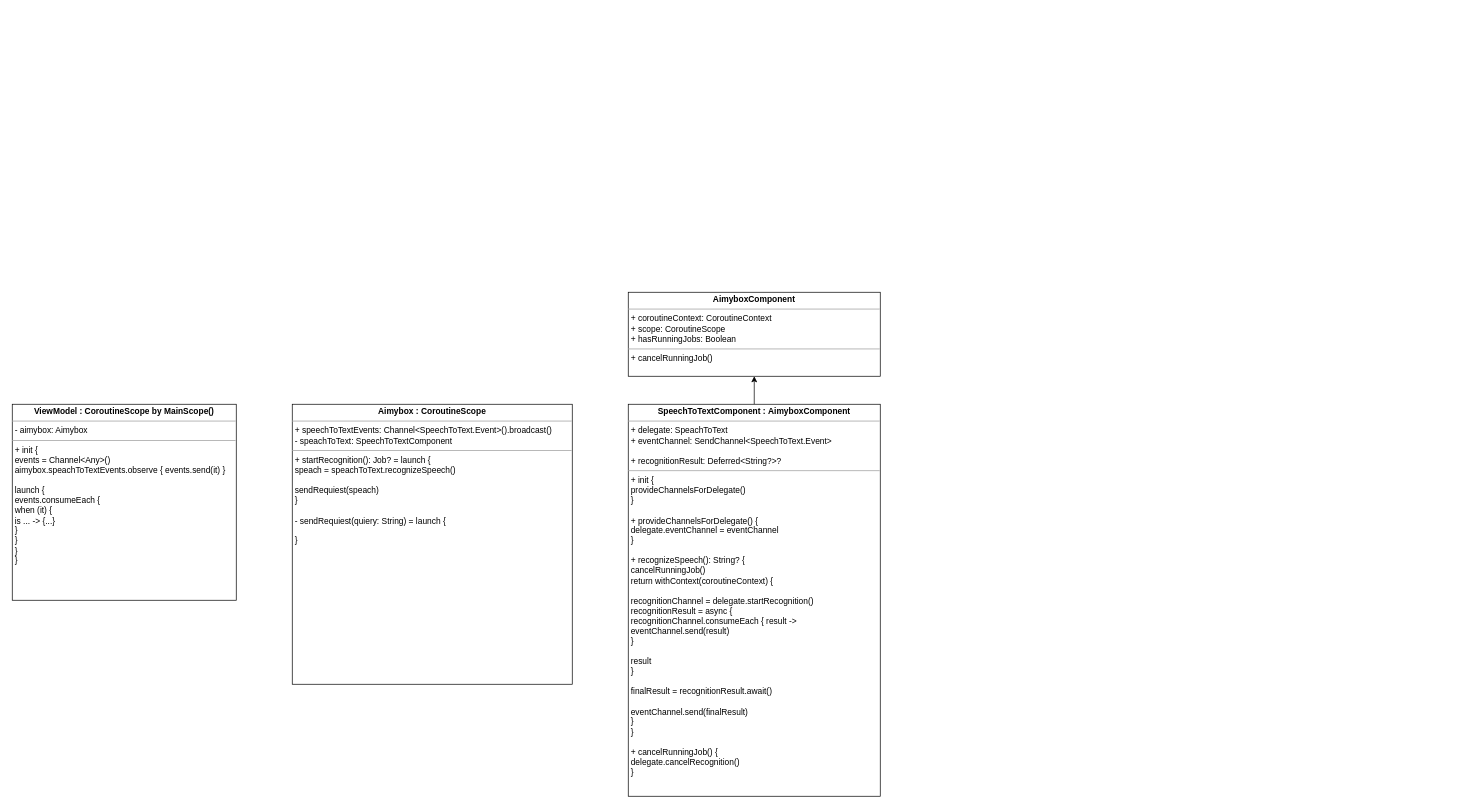
ShiryaevNikolay/diagrams keeps this draw.io diagram as AudioRecord.drawio. Above is the earlier version. Source tidied: cells renumbered, new cells numbered last; positions are measured from the earlier drawing's top-left corner, leaving out a move shared by most shapes. Both pictures are drawn from the tidied source at 70%, with x=0, y=0 at pixel (12, 292).
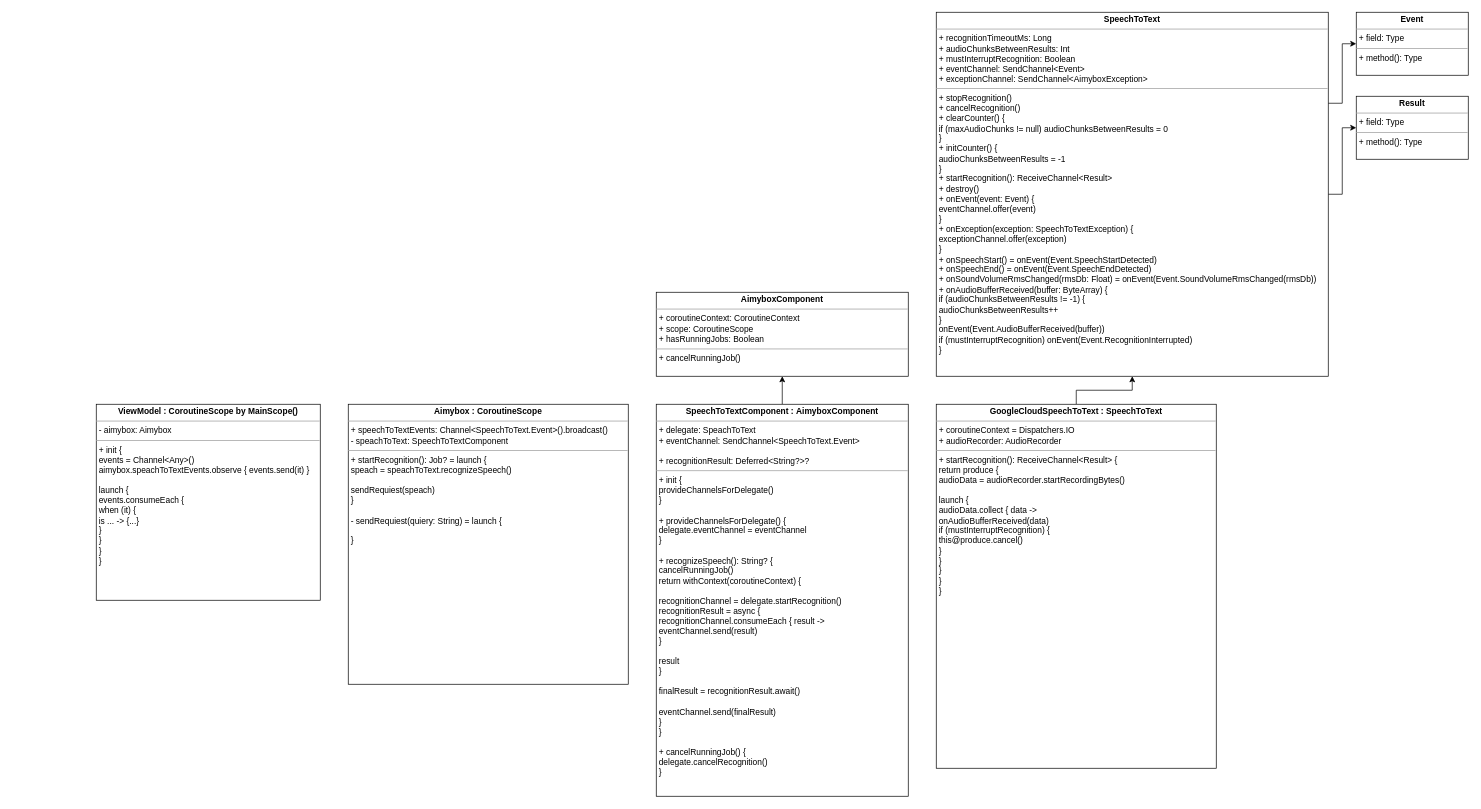
Above is the later version.

What changed in the source:
```diff
@@
 <mxGraphModel>
   <root>
     <mxCell id="0" />
     <mxCell id="1" parent="0" />
     <mxCell id="2" value="&lt;p style=&quot;margin:0px;margin-top:4px;text-align:center;&quot;&gt;&lt;b&gt;ViewModel :&amp;nbsp;&lt;/b&gt;&lt;b style=&quot;background-color: initial;&quot;&gt;CoroutineScope by MainScope()&lt;/b&gt;&lt;/p&gt;&lt;hr size=&quot;1&quot;&gt;&lt;p style=&quot;margin:0px;margin-left:4px;&quot;&gt;-&amp;nbsp;aimybox: Aimybox&lt;/p&gt;&lt;hr size=&quot;1&quot;&gt;&lt;p style=&quot;margin:0px;margin-left:4px;&quot;&gt;+ init {&lt;/p&gt;&lt;p style=&quot;margin:0px;margin-left:4px;&quot;&gt;events = Channel&amp;lt;Any&amp;gt;()&lt;/p&gt;&lt;p style=&quot;margin:0px;margin-left:4px;&quot;&gt;aimybox.speachToTextEvents.observe { events.send(it) }&lt;br&gt;&lt;/p&gt;&lt;p style=&quot;margin:0px;margin-left:4px;&quot;&gt;&lt;br&gt;&lt;/p&gt;&lt;p style=&quot;margin:0px;margin-left:4px;&quot;&gt;launch {&lt;/p&gt;&lt;p style=&quot;margin:0px;margin-left:4px;&quot;&gt;events.consumeEach {&lt;/p&gt;&lt;p style=&quot;margin:0px;margin-left:4px;&quot;&gt;when (it) {&lt;/p&gt;&lt;p style=&quot;margin:0px;margin-left:4px;&quot;&gt;is ... -&amp;gt; {...}&lt;/p&gt;&lt;p style=&quot;margin:0px;margin-left:4px;&quot;&gt;}&lt;/p&gt;&lt;p style=&quot;margin:0px;margin-left:4px;&quot;&gt;}&lt;/p&gt;&lt;p style=&quot;margin:0px;margin-left:4px;&quot;&gt;}&lt;/p&gt;&lt;p style=&quot;margin:0px;margin-left:4px;&quot;&gt;}&lt;/p&gt;" style="verticalAlign=top;align=left;overflow=fill;fontSize=12;fontFamily=Helvetica;html=1;" parent="1" vertex="1">
-      <mxGeometry y="160" width="320" height="280" as="geometry" />
+      <mxGeometry x="120" y="160" width="320" height="280" as="geometry" />
     </mxCell>
     <mxCell id="3" value="&lt;p style=&quot;margin:0px;margin-top:4px;text-align:center;&quot;&gt;&lt;b&gt;Aimybox&amp;nbsp;&lt;/b&gt;&lt;b style=&quot;background-color: initial;&quot;&gt;: CoroutineScope&lt;/b&gt;&lt;/p&gt;&lt;hr size=&quot;1&quot;&gt;&lt;p style=&quot;margin:0px;margin-left:4px;&quot;&gt;+&amp;nbsp;speechToTextEvents: Channel&amp;lt;SpeechToText.Event&amp;gt;().broadcast()&lt;/p&gt;&lt;p style=&quot;margin:0px;margin-left:4px;&quot;&gt;- speachToText: SpeechToTextComponent&lt;/p&gt;&lt;hr size=&quot;1&quot;&gt;&lt;p style=&quot;margin:0px;margin-left:4px;&quot;&gt;+ startRecognition(): Job? =&amp;nbsp;&lt;span style=&quot;background-color: initial;&quot;&gt;launch {&lt;/span&gt;&lt;/p&gt;&lt;p style=&quot;margin:0px;margin-left:4px;&quot;&gt;speach =&amp;nbsp;speachToText.recognizeSpeech()&lt;/p&gt;&lt;p style=&quot;margin:0px;margin-left:4px;&quot;&gt;&lt;br&gt;&lt;/p&gt;&lt;p style=&quot;margin:0px;margin-left:4px;&quot;&gt;sendRequiest(speach)&lt;/p&gt;&lt;p style=&quot;margin:0px;margin-left:4px;&quot;&gt;}&lt;/p&gt;&lt;p style=&quot;margin:0px;margin-left:4px;&quot;&gt;&lt;br&gt;&lt;/p&gt;&lt;p style=&quot;margin:0px;margin-left:4px;&quot;&gt;- sendRequiest(quiery: String) = launch {&lt;/p&gt;&lt;p style=&quot;margin:0px;margin-left:4px;&quot;&gt;&lt;br&gt;&lt;/p&gt;&lt;p style=&quot;margin:0px;margin-left:4px;&quot;&gt;}&lt;/p&gt;" style="verticalAlign=top;align=left;overflow=fill;fontSize=12;fontFamily=Helvetica;html=1;" parent="1" vertex="1">
-      <mxGeometry x="400" y="160" width="400" height="400" as="geometry" />
+      <mxGeometry x="480" y="160" width="400" height="400" as="geometry" />
     </mxCell>
     <mxCell id="4" style="edgeStyle=orthogonalEdgeStyle;rounded=0;jettySize=auto;html=1;" parent="1" edge="1" source="5" target="6">
       <mxGeometry relative="1" as="geometry" />
     </mxCell>
     <mxCell id="5" value="&lt;p style=&quot;margin:0px;margin-top:4px;text-align:center;&quot;&gt;&lt;b&gt;SpeechToTextComponent :&amp;nbsp;&lt;/b&gt;&lt;b style=&quot;background-color: initial;&quot;&gt;AimyboxComponent&lt;/b&gt;&lt;/p&gt;&lt;hr size=&quot;1&quot;&gt;&lt;p style=&quot;margin:0px;margin-left:4px;&quot;&gt;+ delegate: SpeachToText&lt;/p&gt;&lt;p style=&quot;margin:0px;margin-left:4px;&quot;&gt;+&amp;nbsp;eventChannel: SendChannel&amp;lt;SpeechToText.Event&amp;gt;&lt;/p&gt;&lt;p style=&quot;margin:0px;margin-left:4px;&quot;&gt;&lt;br&gt;&lt;/p&gt;&lt;p style=&quot;margin:0px;margin-left:4px;&quot;&gt;+&amp;nbsp;recognitionResult:&amp;nbsp;Deferred&amp;lt;String?&amp;gt;?&lt;/p&gt;&lt;hr size=&quot;1&quot;&gt;&lt;p style=&quot;margin:0px;margin-left:4px;&quot;&gt;+ init {&lt;/p&gt;&lt;p style=&quot;margin:0px;margin-left:4px;&quot;&gt;provideChannelsForDelegate()&lt;br&gt;&lt;/p&gt;&lt;p style=&quot;margin:0px;margin-left:4px;&quot;&gt;}&lt;/p&gt;&lt;p style=&quot;margin:0px;margin-left:4px;&quot;&gt;&lt;br&gt;&lt;/p&gt;&lt;p style=&quot;margin:0px;margin-left:4px;&quot;&gt;+&amp;nbsp;provideChannelsForDelegate() {&lt;/p&gt;&lt;p style=&quot;margin:0px;margin-left:4px;&quot;&gt;delegate.eventChannel = eventChannel&lt;br&gt;&lt;/p&gt;&lt;p style=&quot;margin:0px;margin-left:4px;&quot;&gt;}&lt;/p&gt;&lt;p style=&quot;margin:0px;margin-left:4px;&quot;&gt;&lt;br&gt;&lt;/p&gt;&lt;p style=&quot;margin:0px;margin-left:4px;&quot;&gt;+&amp;nbsp;recognizeSpeech(): String? {&lt;/p&gt;&lt;p style=&quot;margin:0px;margin-left:4px;&quot;&gt;cancelRunningJob()&lt;br&gt;&lt;/p&gt;&lt;p style=&quot;margin:0px;margin-left:4px;&quot;&gt;return withContext(coroutineContext) {&lt;br&gt;&lt;/p&gt;&lt;p style=&quot;margin:0px;margin-left:4px;&quot;&gt;&lt;br&gt;&lt;/p&gt;&lt;p style=&quot;margin:0px;margin-left:4px;&quot;&gt;recognitionChannel = delegate.startRecognition()&lt;br&gt;&lt;/p&gt;&lt;p style=&quot;margin:0px;margin-left:4px;&quot;&gt;recognitionResult = async {&lt;/p&gt;&lt;p style=&quot;margin:0px;margin-left:4px;&quot;&gt;recognitionChannel.consumeEach { result -&amp;gt;&lt;br&gt;&lt;/p&gt;&lt;p style=&quot;margin:0px;margin-left:4px;&quot;&gt;eventChannel.send(result)&lt;/p&gt;&lt;p style=&quot;margin:0px;margin-left:4px;&quot;&gt;}&lt;/p&gt;&lt;p style=&quot;margin:0px;margin-left:4px;&quot;&gt;&lt;br&gt;&lt;/p&gt;&lt;p style=&quot;margin:0px;margin-left:4px;&quot;&gt;result&lt;/p&gt;&lt;p style=&quot;margin:0px;margin-left:4px;&quot;&gt;}&lt;/p&gt;&lt;p style=&quot;margin:0px;margin-left:4px;&quot;&gt;&lt;br&gt;&lt;/p&gt;&lt;p style=&quot;margin:0px;margin-left:4px;&quot;&gt;finalResult =&amp;nbsp;recognitionResult.await()&lt;/p&gt;&lt;p style=&quot;margin:0px;margin-left:4px;&quot;&gt;&lt;br&gt;&lt;/p&gt;&lt;p style=&quot;margin:0px;margin-left:4px;&quot;&gt;eventChannel.send(finalResult)&lt;/p&gt;&lt;p style=&quot;margin:0px;margin-left:4px;&quot;&gt;}&lt;/p&gt;&lt;p style=&quot;margin:0px;margin-left:4px;&quot;&gt;}&lt;/p&gt;&lt;p style=&quot;margin:0px;margin-left:4px;&quot;&gt;&lt;br&gt;&lt;/p&gt;&lt;p style=&quot;margin:0px;margin-left:4px;&quot;&gt;+&amp;nbsp;cancelRunningJob() {&lt;/p&gt;&lt;p style=&quot;margin:0px;margin-left:4px;&quot;&gt;delegate.cancelRecognition()&lt;/p&gt;&lt;p style=&quot;margin:0px;margin-left:4px;&quot;&gt;}&lt;/p&gt;" style="verticalAlign=top;align=left;overflow=fill;fontSize=12;fontFamily=Helvetica;html=1;" parent="1" vertex="1">
-      <mxGeometry x="880" y="160" width="360" height="560" as="geometry" />
+      <mxGeometry x="920" y="160" width="360" height="560" as="geometry" />
     </mxCell>
     <mxCell id="6" value="&lt;p style=&quot;margin:0px;margin-top:4px;text-align:center;&quot;&gt;&lt;b&gt;AimyboxComponent&lt;/b&gt;&lt;br&gt;&lt;/p&gt;&lt;hr size=&quot;1&quot;&gt;&lt;p style=&quot;margin:0px;margin-left:4px;&quot;&gt;+ coroutineContext:&amp;nbsp;CoroutineContext&lt;/p&gt;&lt;p style=&quot;margin:0px;margin-left:4px;&quot;&gt;+&amp;nbsp;scope: CoroutineScope&lt;/p&gt;&lt;p style=&quot;margin:0px;margin-left:4px;&quot;&gt;+&amp;nbsp;hasRunningJobs: Boolean&lt;/p&gt;&lt;hr size=&quot;1&quot;&gt;&lt;p style=&quot;margin:0px;margin-left:4px;&quot;&gt;+ cancelRunningJob()&lt;/p&gt;" style="verticalAlign=top;align=left;overflow=fill;fontSize=12;fontFamily=Helvetica;html=1;" parent="1" vertex="1">
-      <mxGeometry x="880" width="360" height="120" as="geometry" />
+      <mxGeometry x="920" width="360" height="120" as="geometry" />
     </mxCell>
+    <mxCell id="7" style="edgeStyle=orthogonalEdgeStyle;rounded=0;jettySize=auto;html=1;" parent="1" edge="1" source="8" target="11">
+      <mxGeometry relative="1" as="geometry" />
+    </mxCell>
+    <mxCell id="8" value="&lt;p style=&quot;margin:0px;margin-top:4px;text-align:center;&quot;&gt;&lt;b&gt;GoogleCloudSpeechToText :&amp;nbsp;&lt;/b&gt;&lt;b style=&quot;background-color: initial;&quot;&gt;SpeechToText&lt;/b&gt;&lt;/p&gt;&lt;hr size=&quot;1&quot;&gt;&lt;p style=&quot;margin:0px;margin-left:4px;&quot;&gt;+ coroutineContext = Dispatchers.IO&lt;/p&gt;&lt;p style=&quot;margin:0px;margin-left:4px;&quot;&gt;+&amp;nbsp;audioRecorder: AudioRecorder&lt;/p&gt;&lt;hr size=&quot;1&quot;&gt;&lt;p style=&quot;margin:0px;margin-left:4px;&quot;&gt;+ startRecognition(): ReceiveChannel&amp;lt;Result&amp;gt; {&lt;/p&gt;&lt;p style=&quot;margin:0px;margin-left:4px;&quot;&gt;return&amp;nbsp;produce {&lt;/p&gt;&lt;p style=&quot;margin:0px;margin-left:4px;&quot;&gt;audioData = audioRecorder.startRecordingBytes()&lt;br&gt;&lt;/p&gt;&lt;p style=&quot;margin:0px;margin-left:4px;&quot;&gt;&lt;br&gt;&lt;/p&gt;&lt;p style=&quot;margin:0px;margin-left:4px;&quot;&gt;launch {&lt;/p&gt;&lt;p style=&quot;margin:0px;margin-left:4px;&quot;&gt;audioData.collect { data -&amp;gt;&lt;br&gt;&lt;/p&gt;&lt;p style=&quot;margin:0px;margin-left:4px;&quot;&gt;onAudioBufferReceived(data)&lt;br&gt;&lt;/p&gt;&lt;p style=&quot;margin:0px;margin-left:4px;&quot;&gt;if (mustInterruptRecognition) {&lt;br&gt;&lt;/p&gt;&lt;p style=&quot;margin:0px;margin-left:4px;&quot;&gt;this@produce.cancel()&lt;br&gt;&lt;/p&gt;&lt;p style=&quot;margin:0px;margin-left:4px;&quot;&gt;}&lt;/p&gt;&lt;p style=&quot;margin:0px;margin-left:4px;&quot;&gt;}&lt;/p&gt;&lt;p style=&quot;margin:0px;margin-left:4px;&quot;&gt;}&lt;/p&gt;&lt;p style=&quot;margin:0px;margin-left:4px;&quot;&gt;}&lt;/p&gt;&lt;p style=&quot;margin:0px;margin-left:4px;&quot;&gt;}&lt;/p&gt;" style="verticalAlign=top;align=left;overflow=fill;fontSize=12;fontFamily=Helvetica;html=1;" parent="1" vertex="1">
+      <mxGeometry x="1320" y="160" width="400" height="520" as="geometry" />
+    </mxCell>
+    <mxCell id="9" style="edgeStyle=orthogonalEdgeStyle;rounded=0;jettySize=auto;html=1;exitX=1;exitY=0.25;exitDx=0;exitDy=0;entryX=0;entryY=0.5;entryDx=0;entryDy=0;" parent="1" edge="1" source="11" target="12">
+      <mxGeometry relative="1" as="geometry" />
+    </mxCell>
+    <mxCell id="10" style="edgeStyle=orthogonalEdgeStyle;rounded=0;jettySize=auto;html=1;exitX=1;exitY=0.5;exitDx=0;exitDy=0;entryX=0;entryY=0.5;entryDx=0;entryDy=0;" parent="1" edge="1" source="11" target="13">
+      <mxGeometry relative="1" as="geometry" />
+    </mxCell>
+    <mxCell id="11" value="&lt;p style=&quot;margin:0px;margin-top:4px;text-align:center;&quot;&gt;&lt;b&gt;SpeechToText&lt;/b&gt;&lt;br&gt;&lt;/p&gt;&lt;hr size=&quot;1&quot;&gt;&lt;p style=&quot;margin:0px;margin-left:4px;&quot;&gt;+ recognitionTimeoutMs: Long&lt;/p&gt;&lt;p style=&quot;margin:0px;margin-left:4px;&quot;&gt;+&amp;nbsp;audioChunksBetweenResults: Int&lt;/p&gt;&lt;p style=&quot;margin:0px;margin-left:4px;&quot;&gt;+&amp;nbsp;mustInterruptRecognition: Boolean&lt;/p&gt;&lt;p style=&quot;margin:0px;margin-left:4px;&quot;&gt;+&amp;nbsp;eventChannel: SendChannel&amp;lt;Event&amp;gt;&lt;/p&gt;&lt;p style=&quot;margin:0px;margin-left:4px;&quot;&gt;+&amp;nbsp;exceptionChannel: SendChannel&amp;lt;AimyboxException&amp;gt;&lt;/p&gt;&lt;hr size=&quot;1&quot;&gt;&lt;p style=&quot;margin:0px;margin-left:4px;&quot;&gt;+ stopRecognition()&lt;/p&gt;&lt;p style=&quot;margin:0px;margin-left:4px;&quot;&gt;+&amp;nbsp;cancelRecognition()&lt;/p&gt;&lt;p style=&quot;margin:0px;margin-left:4px;&quot;&gt;+&amp;nbsp;clearCounter() {&lt;/p&gt;&lt;p style=&quot;margin:0px;margin-left:4px;&quot;&gt;if (maxAudioChunks != null)&amp;nbsp;audioChunksBetweenResults = 0&lt;br&gt;&lt;/p&gt;&lt;p style=&quot;margin:0px;margin-left:4px;&quot;&gt;}&lt;/p&gt;&lt;p style=&quot;margin:0px;margin-left:4px;&quot;&gt;+&amp;nbsp;initCounter() {&lt;/p&gt;&lt;p style=&quot;margin:0px;margin-left:4px;&quot;&gt;audioChunksBetweenResults = -1&lt;br&gt;&lt;/p&gt;&lt;p style=&quot;margin:0px;margin-left:4px;&quot;&gt;}&lt;/p&gt;&lt;p style=&quot;margin:0px;margin-left:4px;&quot;&gt;+&amp;nbsp;startRecognition(): ReceiveChannel&amp;lt;Result&amp;gt;&lt;/p&gt;&lt;p style=&quot;margin:0px;margin-left:4px;&quot;&gt;+&amp;nbsp;destroy()&lt;/p&gt;&lt;p style=&quot;margin:0px;margin-left:4px;&quot;&gt;+&amp;nbsp;onEvent(event: Event) {&lt;/p&gt;&lt;p style=&quot;margin:0px;margin-left:4px;&quot;&gt;eventChannel.offer(event)&lt;br&gt;&lt;/p&gt;&lt;p style=&quot;margin:0px;margin-left:4px;&quot;&gt;}&lt;/p&gt;&lt;p style=&quot;margin:0px;margin-left:4px;&quot;&gt;+&amp;nbsp;onException(exception: SpeechToTextException) {&lt;/p&gt;&lt;p style=&quot;margin:0px;margin-left:4px;&quot;&gt;exceptionChannel.offer(exception)&lt;br&gt;&lt;/p&gt;&lt;p style=&quot;margin:0px;margin-left:4px;&quot;&gt;}&lt;/p&gt;&lt;p style=&quot;margin:0px;margin-left:4px;&quot;&gt;+&amp;nbsp;onSpeechStart() = onEvent(Event.SpeechStartDetected)&lt;/p&gt;&lt;p style=&quot;margin:0px;margin-left:4px;&quot;&gt;+&amp;nbsp;onSpeechEnd() = onEvent(Event.SpeechEndDetected)&lt;/p&gt;&lt;p style=&quot;margin:0px;margin-left:4px;&quot;&gt;+&amp;nbsp;onSoundVolumeRmsChanged(rmsDb: Float) =&amp;nbsp;onEvent(Event.SoundVolumeRmsChanged(rmsDb))&lt;/p&gt;&lt;p style=&quot;margin:0px;margin-left:4px;&quot;&gt;+&amp;nbsp;onAudioBufferReceived(buffer: ByteArray) {&lt;/p&gt;&lt;p style=&quot;margin:0px;margin-left:4px;&quot;&gt;if (audioChunksBetweenResults != -1) {&lt;br&gt;&lt;/p&gt;&lt;p style=&quot;margin:0px;margin-left:4px;&quot;&gt;audioChunksBetweenResults++&lt;br&gt;&lt;/p&gt;&lt;p style=&quot;margin:0px;margin-left:4px;&quot;&gt;}&lt;/p&gt;&lt;p style=&quot;margin:0px;margin-left:4px;&quot;&gt;onEvent(Event.AudioBufferReceived(buffer))&lt;br&gt;&lt;/p&gt;&lt;p style=&quot;margin:0px;margin-left:4px;&quot;&gt;if (mustInterruptRecognition) onEvent(Event.RecognitionInterrupted)&lt;br&gt;&lt;/p&gt;&lt;p style=&quot;margin:0px;margin-left:4px;&quot;&gt;}&lt;/p&gt;" style="verticalAlign=top;align=left;overflow=fill;fontSize=12;fontFamily=Helvetica;html=1;" parent="1" vertex="1">
+      <mxGeometry x="1320" y="-400" width="560" height="520" as="geometry" />
+    </mxCell>
+    <mxCell id="12" value="&lt;p style=&quot;margin:0px;margin-top:4px;text-align:center;&quot;&gt;&lt;b&gt;Event&lt;/b&gt;&lt;/p&gt;&lt;hr size=&quot;1&quot;&gt;&lt;p style=&quot;margin:0px;margin-left:4px;&quot;&gt;+ field: Type&lt;/p&gt;&lt;hr size=&quot;1&quot;&gt;&lt;p style=&quot;margin:0px;margin-left:4px;&quot;&gt;+ method(): Type&lt;/p&gt;" style="verticalAlign=top;align=left;overflow=fill;fontSize=12;fontFamily=Helvetica;html=1;" parent="1" vertex="1">
+      <mxGeometry x="1920" y="-400" width="160" height="90" as="geometry" />
+    </mxCell>
+    <mxCell id="13" value="&lt;p style=&quot;margin:0px;margin-top:4px;text-align:center;&quot;&gt;&lt;b&gt;Result&lt;/b&gt;&lt;br&gt;&lt;/p&gt;&lt;hr size=&quot;1&quot;&gt;&lt;p style=&quot;margin:0px;margin-left:4px;&quot;&gt;+ field: Type&lt;/p&gt;&lt;hr size=&quot;1&quot;&gt;&lt;p style=&quot;margin:0px;margin-left:4px;&quot;&gt;+ method(): Type&lt;/p&gt;" style="verticalAlign=top;align=left;overflow=fill;fontSize=12;fontFamily=Helvetica;html=1;" parent="1" vertex="1">
+      <mxGeometry x="1920" y="-280" width="160" height="90" as="geometry" />
+    </mxCell>
   </root>
 </mxGraphModel>
```
